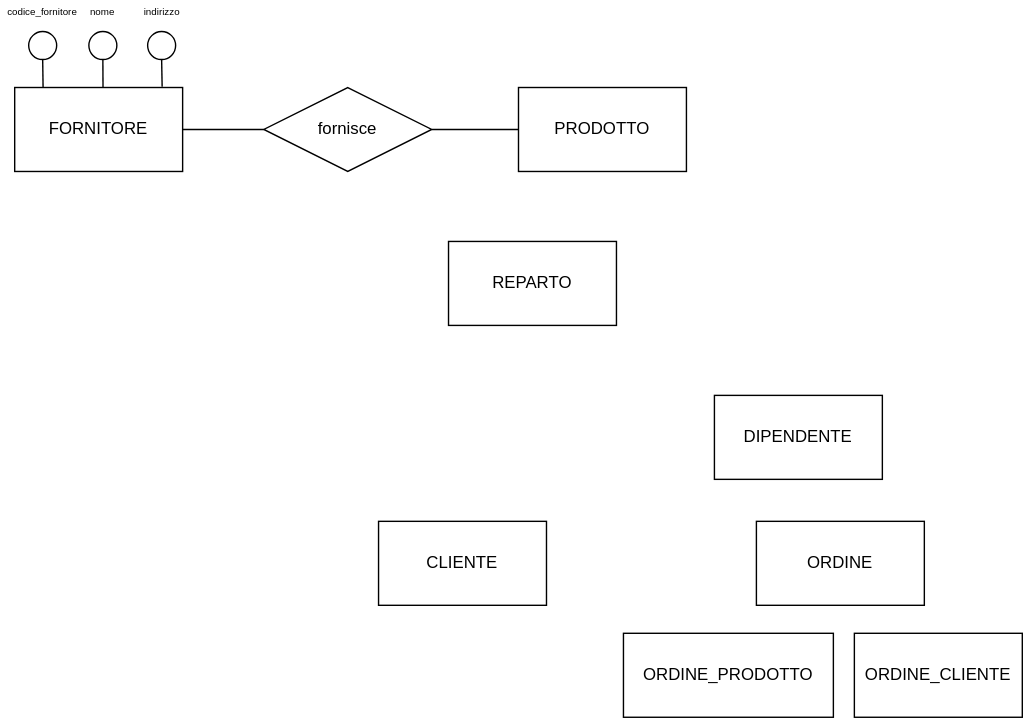
Above: ER_Diagram_Project.drawio.svg in giuliadellarovere/DBMS_Project_2026 (draw.io), before the change. Source tidied: cells renumbered, new cells last; positions are measured from the earlier drawing's top-left corner, leaving out a move shared by most shapes.
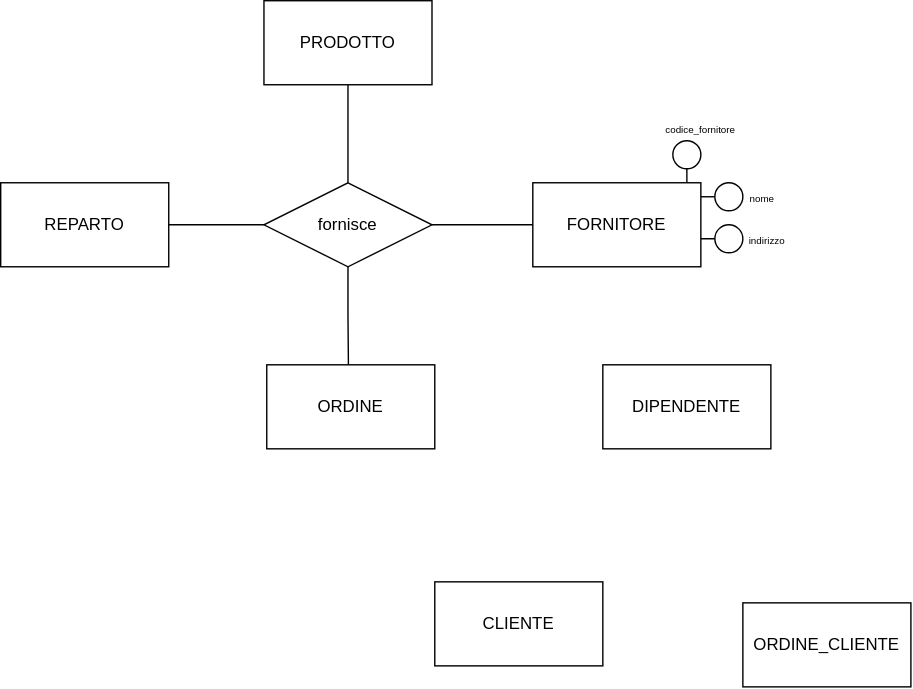
After the change.

Change to the diagram source:
```diff
@@ -3,28 +3,28 @@
     <mxCell id="0" />
     <mxCell id="1" parent="0" />
     <mxCell id="2" style="rounded=0;whiteSpace=wrap;html=1;" parent="1" vertex="1">
-      <mxGeometry x="10" y="60" width="120" height="60" as="geometry" />
+      <mxGeometry x="460" y="150" width="120" height="60" as="geometry" />
     </mxCell>
     <mxCell id="3" value="FORNITORE" style="text;html=1;whiteSpace=wrap;strokeColor=none;fillColor=none;align=center;verticalAlign=middle;rounded=0;" parent="1" vertex="1">
-      <mxGeometry x="15" y="75" width="110" height="30" as="geometry" />
+      <mxGeometry x="465" y="165" width="110" height="30" as="geometry" />
     </mxCell>
     <mxCell id="4" style="rounded=0;whiteSpace=wrap;html=1;" parent="1" vertex="1">
-      <mxGeometry x="370" y="60" width="120" height="60" as="geometry" />
+      <mxGeometry x="268" y="20" width="120" height="60" as="geometry" />
     </mxCell>
     <mxCell id="5" value="PRODOTTO" style="text;html=1;whiteSpace=wrap;strokeColor=none;fillColor=none;align=center;verticalAlign=middle;rounded=0;" parent="1" vertex="1">
-      <mxGeometry x="375" y="75" width="110" height="30" as="geometry" />
+      <mxGeometry x="273" y="35" width="110" height="30" as="geometry" />
     </mxCell>
     <mxCell id="6" style="rounded=0;whiteSpace=wrap;html=1;" parent="1" vertex="1">
-      <mxGeometry x="270" y="370" width="120" height="60" as="geometry" />
+      <mxGeometry x="390" y="435" width="120" height="60" as="geometry" />
     </mxCell>
     <mxCell id="7" value="CLIENTE" style="text;html=1;whiteSpace=wrap;strokeColor=none;fillColor=none;align=center;verticalAlign=middle;rounded=0;" parent="1" vertex="1">
-      <mxGeometry x="275" y="385" width="110" height="30" as="geometry" />
+      <mxGeometry x="395" y="450" width="110" height="30" as="geometry" />
     </mxCell>
     <mxCell id="8" style="rounded=0;whiteSpace=wrap;html=1;" parent="1" vertex="1">
-      <mxGeometry x="540" y="370" width="120" height="60" as="geometry" />
+      <mxGeometry x="270" y="280" width="120" height="60" as="geometry" />
     </mxCell>
     <mxCell id="9" value="ORDINE" style="text;html=1;whiteSpace=wrap;strokeColor=none;fillColor=none;align=center;verticalAlign=middle;rounded=0;" parent="1" vertex="1">
-      <mxGeometry x="545" y="385" width="110" height="30" as="geometry" />
+      <mxGeometry x="275" y="295" width="110" height="30" as="geometry" />
     </mxCell>
     <mxCell id="10" style="rounded=0;whiteSpace=wrap;html=1;" parent="1" vertex="1">
       <mxGeometry x="510" y="280" width="120" height="60" as="geometry" />
@@ -33,10 +33,10 @@
       <mxGeometry x="515" y="295" width="110" height="30" as="geometry" />
     </mxCell>
     <mxCell id="12" style="rounded=0;whiteSpace=wrap;html=1;" parent="1" vertex="1">
-      <mxGeometry x="320" y="170" width="120" height="60" as="geometry" />
+      <mxGeometry x="80" y="150" width="120" height="60" as="geometry" />
     </mxCell>
     <mxCell id="13" value="REPARTO" style="text;html=1;whiteSpace=wrap;strokeColor=none;fillColor=none;align=center;verticalAlign=middle;rounded=0;" parent="1" vertex="1">
-      <mxGeometry x="325" y="185" width="110" height="30" as="geometry" />
+      <mxGeometry x="85" y="165" width="110" height="30" as="geometry" />
     </mxCell>
     <mxCell id="14" style="rounded=0;whiteSpace=wrap;html=1;" parent="1" vertex="1">
       <mxGeometry x="610" y="450" width="120" height="60" as="geometry" />
@@ -44,50 +44,52 @@
     <mxCell id="15" value="ORDINE_CLIENTE" style="text;html=1;whiteSpace=wrap;strokeColor=none;fillColor=none;align=center;verticalAlign=middle;rounded=0;" parent="1" vertex="1">
       <mxGeometry x="615" y="465" width="110" height="30" as="geometry" />
     </mxCell>
-    <mxCell id="16" style="rounded=0;whiteSpace=wrap;html=1;" parent="1" vertex="1">
-      <mxGeometry x="445" y="450" width="150" height="60" as="geometry" />
-    </mxCell>
-    <mxCell id="17" value="ORDINE_PRODOTTO" style="text;html=1;whiteSpace=wrap;strokeColor=none;fillColor=none;align=center;verticalAlign=middle;rounded=0;" parent="1" vertex="1">
-      <mxGeometry x="460" y="465" width="120" height="30" as="geometry" />
-    </mxCell>
-    <mxCell id="18" style="edgeStyle=orthogonalEdgeStyle;rounded=0;jettySize=auto;html=1;exitX=1;exitY=0.5;exitDx=0;exitDy=0;entryX=0;entryY=0.5;entryDx=0;entryDy=0;defaultLabelBackgroundColor=page;labelPadding=0 4;endArrow=none;endFill=0;" parent="1" edge="1" source="20" target="4">
+    <mxCell id="18" style="edgeStyle=orthogonalEdgeStyle;rounded=0;jettySize=auto;html=1;exitX=0.5;exitY=0;exitDx=0;exitDy=0;entryX=0.5;entryY=1;entryDx=0;entryDy=0;defaultLabelBackgroundColor=page;labelPadding=0 4;endArrow=none;endFill=0;" parent="1" edge="1" source="20" target="4">
       <mxGeometry relative="1" as="geometry" />
     </mxCell>
-    <mxCell id="19" style="edgeStyle=orthogonalEdgeStyle;rounded=0;jettySize=auto;html=1;exitX=0;exitY=0.5;exitDx=0;exitDy=0;defaultLabelBackgroundColor=page;labelPadding=0 4;endArrow=none;endFill=0;entryX=1;entryY=0.5;entryDx=0;entryDy=0;" parent="1" edge="1" source="20" target="2">
-      <mxGeometry relative="1" as="geometry" />
-    </mxCell>
+    <mxCell id="31" style="edgeStyle=orthogonalEdgeStyle;rounded=0;jettySize=auto;html=1;exitX=1;exitY=0.5;exitDx=0;exitDy=0;defaultLabelBackgroundColor=page;labelPadding=0 4;endArrow=none;endFill=0;" parent="1" edge="1" source="20">
+      <mxGeometry relative="1" as="geometry">
+        <mxPoint x="460" y="180" as="targetPoint" />
+      </mxGeometry>
+    </mxCell>
+    <mxCell id="32" style="edgeStyle=orthogonalEdgeStyle;rounded=0;jettySize=auto;html=1;exitX=0;exitY=0.5;exitDx=0;exitDy=0;entryX=1;entryY=0.5;entryDx=0;entryDy=0;defaultLabelBackgroundColor=page;labelPadding=0 4;endArrow=none;endFill=0;" parent="1" edge="1" source="20" target="12">
+      <mxGeometry relative="1" as="geometry" />
+    </mxCell>
     <mxCell id="20" style="rhombus;whiteSpace=wrap;html=1;shapeInside=1;" parent="1" vertex="1">
-      <mxGeometry x="188" y="60" width="120" height="60" as="geometry" />
+      <mxGeometry x="268" y="150" width="120" height="60" as="geometry" />
     </mxCell>
     <mxCell id="21" value="fornisce" style="text;html=1;whiteSpace=wrap;strokeColor=none;fillColor=none;align=center;verticalAlign=middle;rounded=0;" parent="1" vertex="1">
-      <mxGeometry x="218" y="75" width="60" height="30" as="geometry" />
+      <mxGeometry x="298" y="165" width="60" height="30" as="geometry" />
     </mxCell>
-    <mxCell id="22" style="ellipse;whiteSpace=wrap;html=1;shapeInside=1;fillColor=light-dark(#FFFFFF,#FFFFFF);" parent="1" vertex="1">
-      <mxGeometry x="20" y="20" width="20" height="20" as="geometry" />
+    <mxCell id="22" style="ellipse;whiteSpace=wrap;html=1;shapeInside=1;fillColor=light-dark(#FFFFFF,#000000);" parent="1" vertex="1">
+      <mxGeometry x="560" y="120" width="20" height="20" as="geometry" />
     </mxCell>
-    <mxCell id="23" style="edgeStyle=orthogonalEdgeStyle;rounded=0;jettySize=auto;html=1;exitX=0.5;exitY=1;exitDx=0;exitDy=0;entryX=0.169;entryY=-0.004;entryDx=0;entryDy=0;entryPerimeter=0;defaultLabelBackgroundColor=page;labelPadding=0 4;endArrow=none;endFill=0;" parent="1" edge="1" source="22" target="2">
-      <mxGeometry relative="1" as="geometry" />
-    </mxCell>
     <mxCell id="24" value="&lt;font style=&quot;font-size: 7px;&quot;&gt;codice_fornitore&lt;/font&gt;" style="text;html=1;whiteSpace=wrap;strokeColor=none;fillColor=none;align=center;verticalAlign=middle;rounded=0;" parent="1" vertex="1">
-      <mxGeometry width="60" height="10" as="geometry" />
+      <mxGeometry x="550" y="106" width="60" height="10" as="geometry" />
     </mxCell>
     <mxCell id="25" style="ellipse;whiteSpace=wrap;html=1;shapeInside=1;" parent="1" vertex="1">
-      <mxGeometry x="105" y="20" width="20" height="20" as="geometry" />
+      <mxGeometry x="590" y="180" width="20" height="20" as="geometry" />
     </mxCell>
-    <mxCell id="26" style="edgeStyle=orthogonalEdgeStyle;rounded=0;jettySize=auto;html=1;exitX=0.5;exitY=1;exitDx=0;exitDy=0;entryX=0.878;entryY=-0.008;entryDx=0;entryDy=0;entryPerimeter=0;defaultLabelBackgroundColor=page;labelPadding=0 4;endArrow=none;endFill=0;" parent="1" edge="1" source="25" target="2">
-      <mxGeometry relative="1" as="geometry" />
-    </mxCell>
     <mxCell id="27" value="&lt;font style=&quot;font-size: 7px;&quot;&gt;nome&lt;/font&gt;" style="text;html=1;whiteSpace=wrap;strokeColor=none;fillColor=none;align=center;verticalAlign=middle;rounded=0;" parent="1" vertex="1">
-      <mxGeometry x="63" width="20" height="10" as="geometry" />
+      <mxGeometry x="614" y="155" width="20" height="10" as="geometry" />
     </mxCell>
     <mxCell id="28" style="ellipse;whiteSpace=wrap;html=1;shapeInside=1;" parent="1" vertex="1">
-      <mxGeometry x="63" y="20" width="20" height="20" as="geometry" />
+      <mxGeometry x="590" y="150" width="20" height="20" as="geometry" />
     </mxCell>
     <mxCell id="29" value="&lt;span style=&quot;font-size: 7px;&quot;&gt;indirizzo&lt;/span&gt;" style="text;html=1;whiteSpace=wrap;strokeColor=none;fillColor=none;align=center;verticalAlign=middle;rounded=0;" parent="1" vertex="1">
-      <mxGeometry x="97.5" width="35" height="10" as="geometry" />
+      <mxGeometry x="610" y="185" width="35" height="10" as="geometry" />
     </mxCell>
+    <mxCell id="33" style="edgeStyle=orthogonalEdgeStyle;rounded=0;jettySize=auto;html=1;exitX=0.5;exitY=1;exitDx=0;exitDy=0;entryX=0.486;entryY=-0.002;entryDx=0;entryDy=0;entryPerimeter=0;defaultLabelBackgroundColor=page;labelPadding=0 4;endArrow=none;endFill=0;" parent="1" edge="1" source="20" target="8">
+      <mxGeometry x="0.03" relative="1" as="geometry" />
+    </mxCell>
+    <mxCell id="26" style="edgeStyle=orthogonalEdgeStyle;rounded=0;jettySize=auto;html=1;exitX=0;exitY=0.5;exitDx=0;exitDy=0;entryX=1;entryY=0.666;entryDx=0;entryDy=0;entryPerimeter=0;defaultLabelBackgroundColor=page;labelPadding=0 4;endArrow=none;endFill=0;" parent="1" edge="1" source="25" target="2">
+      <mxGeometry relative="1" as="geometry" />
+    </mxCell>
-    <mxCell id="30" style="edgeStyle=orthogonalEdgeStyle;rounded=0;jettySize=auto;html=1;exitX=0.5;exitY=1;exitDx=0;exitDy=0;entryX=0.526;entryY=0;entryDx=0;entryDy=0;entryPerimeter=0;defaultLabelBackgroundColor=page;labelPadding=0 4;endArrow=none;endFill=0;" parent="1" edge="1" source="28" target="2">
+    <mxCell id="30" style="edgeStyle=orthogonalEdgeStyle;rounded=0;jettySize=auto;html=1;exitX=0;exitY=0.5;exitDx=0;exitDy=0;entryX=1;entryY=0.179;entryDx=0;entryDy=0;entryPerimeter=0;defaultLabelBackgroundColor=page;labelPadding=0 4;endArrow=none;endFill=0;" parent="1" edge="1" source="28" target="2">
       <mxGeometry relative="1" as="geometry" />
     </mxCell>
+    <mxCell id="23" style="edgeStyle=orthogonalEdgeStyle;rounded=0;jettySize=auto;html=1;exitX=0.5;exitY=1;exitDx=0;exitDy=0;entryX=0.917;entryY=0;entryDx=0;entryDy=0;entryPerimeter=0;defaultLabelBackgroundColor=page;labelPadding=0 4;endArrow=none;endFill=0;" parent="1" edge="1" source="22" target="2">
+      <mxGeometry relative="1" as="geometry" />
+    </mxCell>
   </root>
 </mxGraphModel>
```
